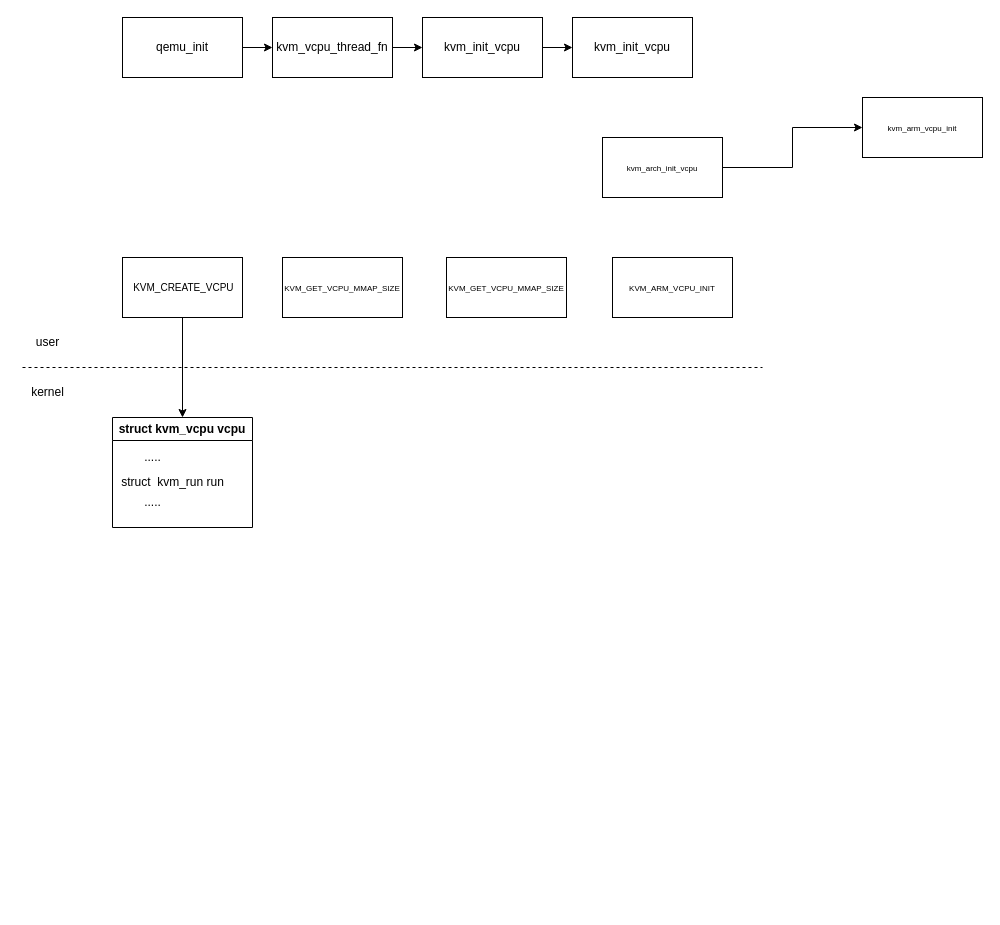
HDBoy/a-small-cloud keeps this draw.io diagram as page "第 2 页" (2 of 3) of Untitled Diagram.drawio. Above is the earlier version. Source tidied: cells renumbered, new cells numbered last; positions are measured from the earlier drawing's top-left corner, leaving out a move shared by most shapes. Both pictures are drawn from the tidied source at 100%, with x=0, y=0 at pixel (17, 17).
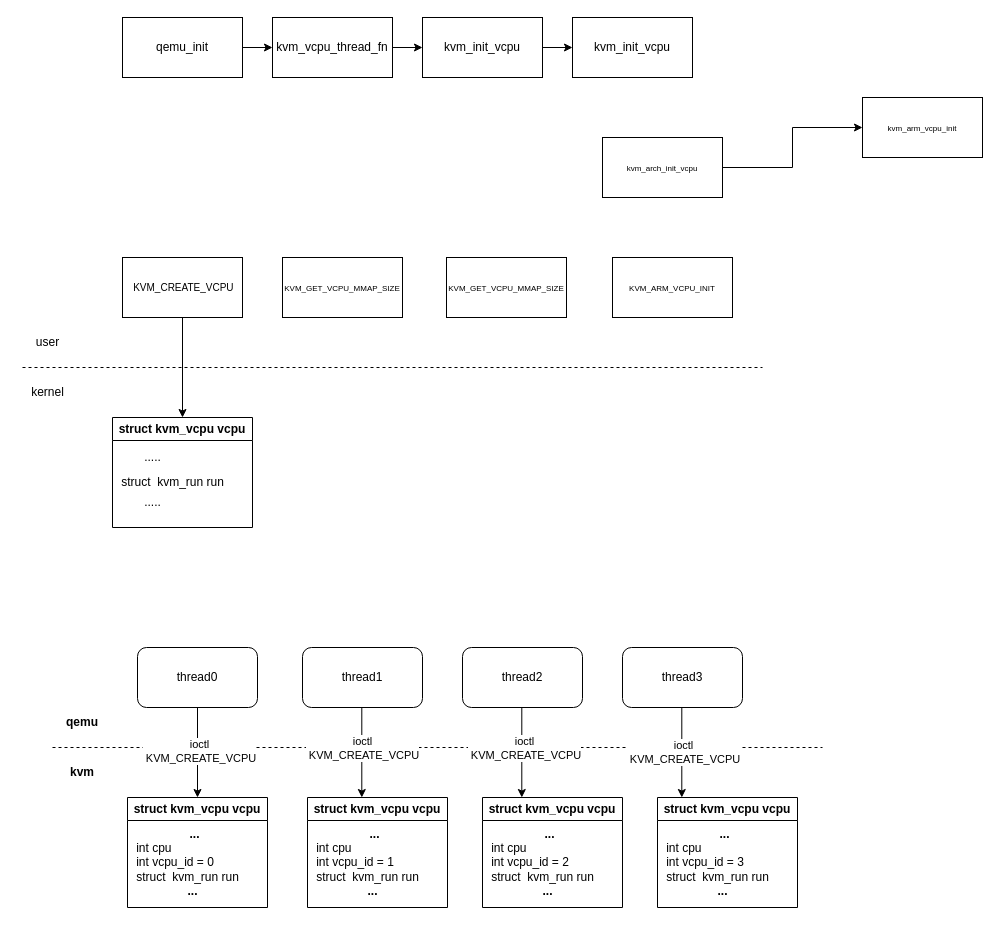
The same diagram, later.

The edit, as a diff of the source:
```diff
@@
+    <mxCell id="24" style="edgeStyle=none;rounded=0;jettySize=auto;html=1;exitX=0.5;exitY=1;exitDx=0;exitDy=0;entryX=0.5;entryY=0;entryDx=0;entryDy=0;" parent="1" edge="1" source="25" target="29">
+      <mxGeometry relative="1" as="geometry" />
+    </mxCell>
+    <mxCell id="25" value="thread0" style="rounded=1;whiteSpace=wrap;html=1;" parent="1" vertex="1">
+      <mxGeometry x="120" y="630" width="120" height="60" as="geometry" />
+    </mxCell>
+    <mxCell id="26" value="thread1" style="rounded=1;whiteSpace=wrap;html=1;" parent="1" vertex="1">
+      <mxGeometry x="285" y="630" width="120" height="60" as="geometry" />
+    </mxCell>
+    <mxCell id="27" value="thread2" style="rounded=1;whiteSpace=wrap;html=1;" parent="1" vertex="1">
+      <mxGeometry x="445" y="630" width="120" height="60" as="geometry" />
+    </mxCell>
+    <mxCell id="28" value="thread3" style="rounded=1;whiteSpace=wrap;html=1;" parent="1" vertex="1">
+      <mxGeometry x="605" y="630" width="120" height="60" as="geometry" />
+    </mxCell>
+    <mxCell id="29" value="struct kvm_vcpu vcpu" style="swimlane;whiteSpace=wrap;html=1;startSize=23;" parent="1" vertex="1">
+      <mxGeometry x="110" y="780" width="140" height="110" as="geometry" />
+    </mxCell>
+    <mxCell id="30" value="&lt;div style=&quot;text-align: left;&quot;&gt;&lt;span style=&quot;background-color: initial;&quot;&gt;&lt;span style=&quot;white-space: pre;&quot;&gt;&#9;&lt;/span&gt;&lt;span style=&quot;white-space: pre;&quot;&gt;&#9;&lt;/span&gt;&lt;b&gt;...&lt;/b&gt;&lt;/span&gt;&lt;/div&gt;&lt;div style=&quot;text-align: left;&quot;&gt;&lt;span style=&quot;background-color: initial;&quot;&gt;int cpu&lt;/span&gt;&lt;/div&gt;&lt;div style=&quot;text-align: left;&quot;&gt;&lt;span style=&quot;background-color: initial;&quot;&gt;int vcpu_id = 0&lt;/span&gt;&lt;/div&gt;struct&amp;nbsp; kvm_run run&lt;br&gt;&lt;b&gt;&amp;nbsp; &amp;nbsp;...&lt;/b&gt;" style="text;html=1;align=center;verticalAlign=middle;strokeColor=none;fillColor=none;" parent="29" vertex="1">
+      <mxGeometry x="-5" y="20" width="130" height="90" as="geometry" />
+    </mxCell>
+    <mxCell id="31" value="struct kvm_vcpu vcpu" style="swimlane;whiteSpace=wrap;html=1;startSize=23;" parent="1" vertex="1">
+      <mxGeometry x="290" y="780" width="140" height="110" as="geometry" />
+    </mxCell>
+    <mxCell id="32" value="&lt;div style=&quot;text-align: left;&quot;&gt;&lt;span style=&quot;background-color: initial;&quot;&gt;&lt;span style=&quot;white-space: pre;&quot;&gt;&#9;&lt;/span&gt;&lt;span style=&quot;white-space: pre;&quot;&gt;&#9;&lt;/span&gt;&lt;b&gt;...&lt;/b&gt;&lt;/span&gt;&lt;/div&gt;&lt;div style=&quot;text-align: left;&quot;&gt;&lt;span style=&quot;background-color: initial;&quot;&gt;int cpu&lt;/span&gt;&lt;/div&gt;&lt;div style=&quot;text-align: left;&quot;&gt;&lt;span style=&quot;background-color: initial;&quot;&gt;int vcpu_id = 1&lt;/span&gt;&lt;/div&gt;struct&amp;nbsp; kvm_run run&lt;br&gt;&lt;b&gt;&amp;nbsp; &amp;nbsp;...&lt;/b&gt;" style="text;html=1;align=center;verticalAlign=middle;strokeColor=none;fillColor=none;" parent="31" vertex="1">
+      <mxGeometry x="-5" y="20" width="130" height="90" as="geometry" />
+    </mxCell>
+    <mxCell id="33" value="struct kvm_vcpu vcpu" style="swimlane;whiteSpace=wrap;html=1;startSize=23;" parent="1" vertex="1">
+      <mxGeometry x="465" y="780" width="140" height="110" as="geometry" />
+    </mxCell>
+    <mxCell id="34" value="&lt;div style=&quot;text-align: left;&quot;&gt;&lt;span style=&quot;background-color: initial;&quot;&gt;&lt;span style=&quot;white-space: pre;&quot;&gt;&#9;&lt;/span&gt;&lt;span style=&quot;white-space: pre;&quot;&gt;&#9;&lt;/span&gt;&lt;b&gt;...&lt;/b&gt;&lt;/span&gt;&lt;/div&gt;&lt;div style=&quot;text-align: left;&quot;&gt;&lt;span style=&quot;background-color: initial;&quot;&gt;int cpu&lt;/span&gt;&lt;/div&gt;&lt;div style=&quot;text-align: left;&quot;&gt;&lt;span style=&quot;background-color: initial;&quot;&gt;int vcpu_id = 2&lt;/span&gt;&lt;/div&gt;struct&amp;nbsp; kvm_run run&lt;br&gt;&lt;b&gt;&amp;nbsp; &amp;nbsp;...&lt;/b&gt;" style="text;html=1;align=center;verticalAlign=middle;strokeColor=none;fillColor=none;" parent="33" vertex="1">
+      <mxGeometry x="-5" y="20" width="130" height="90" as="geometry" />
+    </mxCell>
+    <mxCell id="35" value="struct kvm_vcpu vcpu" style="swimlane;whiteSpace=wrap;html=1;startSize=23;" parent="1" vertex="1">
+      <mxGeometry x="640" y="780" width="140" height="110" as="geometry" />
+    </mxCell>
+    <mxCell id="36" value="&lt;div style=&quot;text-align: left;&quot;&gt;&lt;span style=&quot;background-color: initial;&quot;&gt;&lt;span style=&quot;white-space: pre;&quot;&gt;&#9;&lt;/span&gt;&lt;span style=&quot;white-space: pre;&quot;&gt;&#9;&lt;/span&gt;&lt;b&gt;...&lt;/b&gt;&lt;/span&gt;&lt;/div&gt;&lt;div style=&quot;text-align: left;&quot;&gt;&lt;span style=&quot;background-color: initial;&quot;&gt;int cpu&lt;/span&gt;&lt;/div&gt;&lt;div style=&quot;text-align: left;&quot;&gt;&lt;span style=&quot;background-color: initial;&quot;&gt;int vcpu_id = 3&lt;/span&gt;&lt;/div&gt;struct&amp;nbsp; kvm_run run&lt;br&gt;&lt;b&gt;&amp;nbsp; &amp;nbsp;...&lt;/b&gt;" style="text;html=1;align=center;verticalAlign=middle;strokeColor=none;fillColor=none;" parent="35" vertex="1">
+      <mxGeometry x="-5" y="20" width="130" height="90" as="geometry" />
+    </mxCell>
+    <mxCell id="37" style="endArrow=none;dashed=1;html=1;rounded=0;" parent="1" edge="1">
+      <mxGeometry relative="1" as="geometry">
+        <mxPoint x="35" y="730" as="sourcePoint" />
+        <mxPoint x="805" y="730" as="targetPoint" />
+      </mxGeometry>
+    </mxCell>
+    <mxCell id="38" value="ioctl&lt;br&gt;&amp;nbsp;KVM_CREATE_VCPU" style="edgeLabel;html=1;align=center;verticalAlign=middle;" parent="37" vertex="1">
+      <mxGeometry x="-0.62" y="-3" relative="1" as="geometry" />
+    </mxCell>
+    <mxCell id="39" value="&lt;b&gt;qemu&lt;/b&gt;" style="text;html=1;strokeColor=none;fillColor=none;align=center;verticalAlign=middle;whiteSpace=wrap;rounded=0;" parent="1" vertex="1">
+      <mxGeometry x="35" y="690" width="60" height="30" as="geometry" />
+    </mxCell>
+    <mxCell id="40" value="&lt;b&gt;kvm&lt;/b&gt;" style="text;html=1;strokeColor=none;fillColor=none;align=center;verticalAlign=middle;whiteSpace=wrap;rounded=0;" parent="1" vertex="1">
+      <mxGeometry x="35" y="740" width="60" height="30" as="geometry" />
+    </mxCell>
+    <mxCell id="41" style="edgeStyle=none;rounded=0;orthogonalLoop=1;jettySize=auto;html=1;exitX=0.5;exitY=1;exitDx=0;exitDy=0;entryX=0.5;entryY=0;entryDx=0;entryDy=0;" parent="1" edge="1">
+      <mxGeometry relative="1" as="geometry">
+        <mxPoint x="344.3" y="690" as="sourcePoint" />
+        <mxPoint x="344.3" y="780" as="targetPoint" />
+      </mxGeometry>
+    </mxCell>
+    <mxCell id="42" value="ioctl&lt;br style=&quot;border-color: var(--border-color);&quot;&gt;&amp;nbsp;KVM_CREATE_VCPU" style="edgeLabel;html=1;align=center;verticalAlign=middle;" parent="41" vertex="1">
+      <mxGeometry x="-0.12" relative="1" as="geometry" />
+    </mxCell>
+    <mxCell id="43" style="edgeStyle=none;rounded=0;orthogonalLoop=1;jettySize=auto;html=1;exitX=0.5;exitY=1;exitDx=0;exitDy=0;entryX=0.5;entryY=0;entryDx=0;entryDy=0;" parent="1" edge="1">
+      <mxGeometry relative="1" as="geometry">
+        <mxPoint x="504.3" y="690" as="sourcePoint" />
+        <mxPoint x="504.3" y="780" as="targetPoint" />
+      </mxGeometry>
+    </mxCell>
+    <mxCell id="44" value="ioctl&lt;br style=&quot;border-color: var(--border-color);&quot;&gt;&amp;nbsp;KVM_CREATE_VCPU" style="edgeLabel;html=1;align=center;verticalAlign=middle;" parent="43" vertex="1">
+      <mxGeometry x="-0.12" y="2" relative="1" as="geometry" />
+    </mxCell>
+    <mxCell id="45" style="edgeStyle=none;rounded=0;orthogonalLoop=1;jettySize=auto;html=1;exitX=0.5;exitY=1;exitDx=0;exitDy=0;entryX=0.5;entryY=0;entryDx=0;entryDy=0;" parent="1" edge="1">
+      <mxGeometry relative="1" as="geometry">
+        <mxPoint x="664.3" y="690" as="sourcePoint" />
+        <mxPoint x="664.3" y="780" as="targetPoint" />
+      </mxGeometry>
+    </mxCell>
+    <mxCell id="46" value="ioctl&lt;br style=&quot;border-color: var(--border-color);&quot;&gt;&amp;nbsp;KVM_CREATE_VCPU" style="edgeLabel;html=1;align=center;verticalAlign=middle;" parent="45" vertex="1">
+      <mxGeometry x="-0.03" y="1" relative="1" as="geometry" />
+    </mxCell>
```
